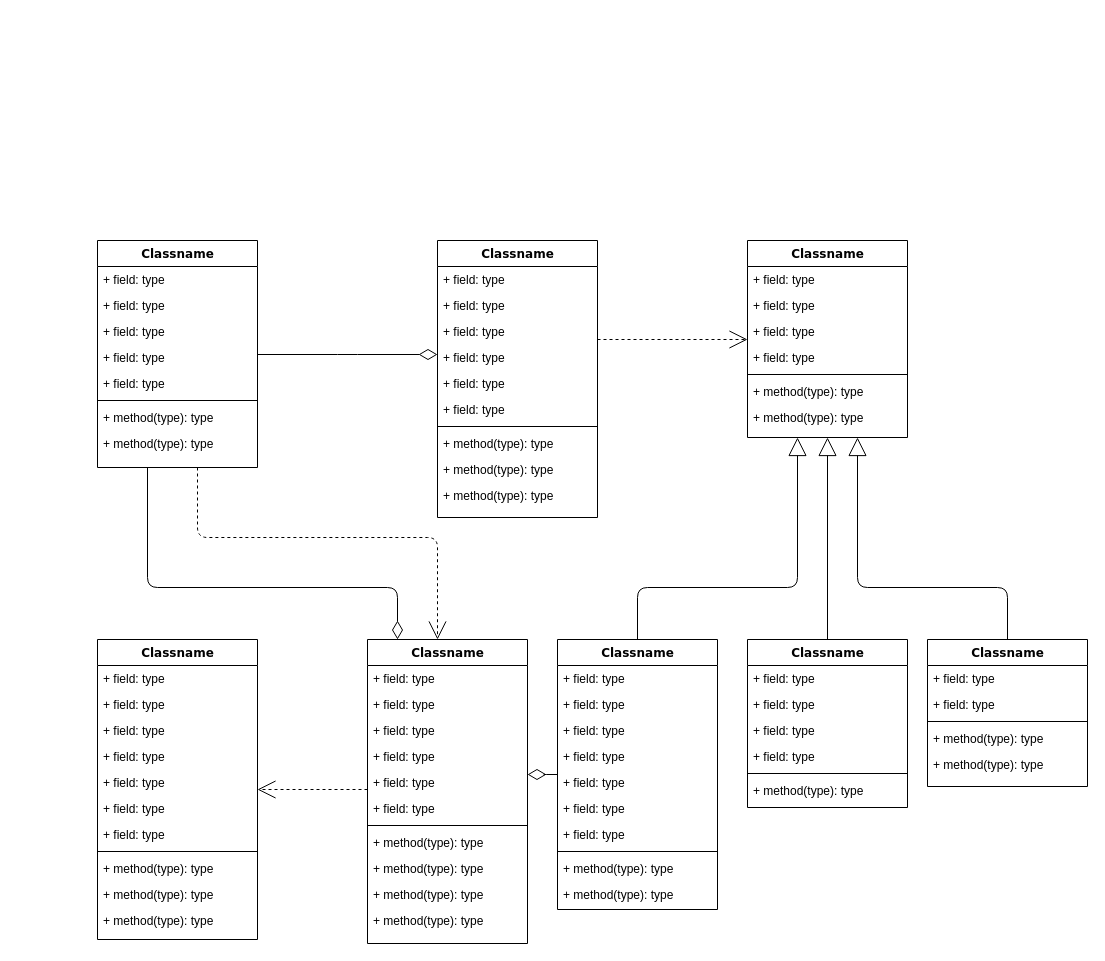
Earlier version of the draw.io diagram 前端学习笔记/未命名绘图.drawio (yesisee/.net-). Source tidied: cells renumbered, new cells numbered last; positions are measured from the earlier drawing's top-left corner, leaving out a move shared by most shapes. Both pictures are drawn from the tidied source at 100%, with x=0, y=0 at pixel (97, 240). Pictures stored in the file or linked from it are replaced by grey dashed boxes.
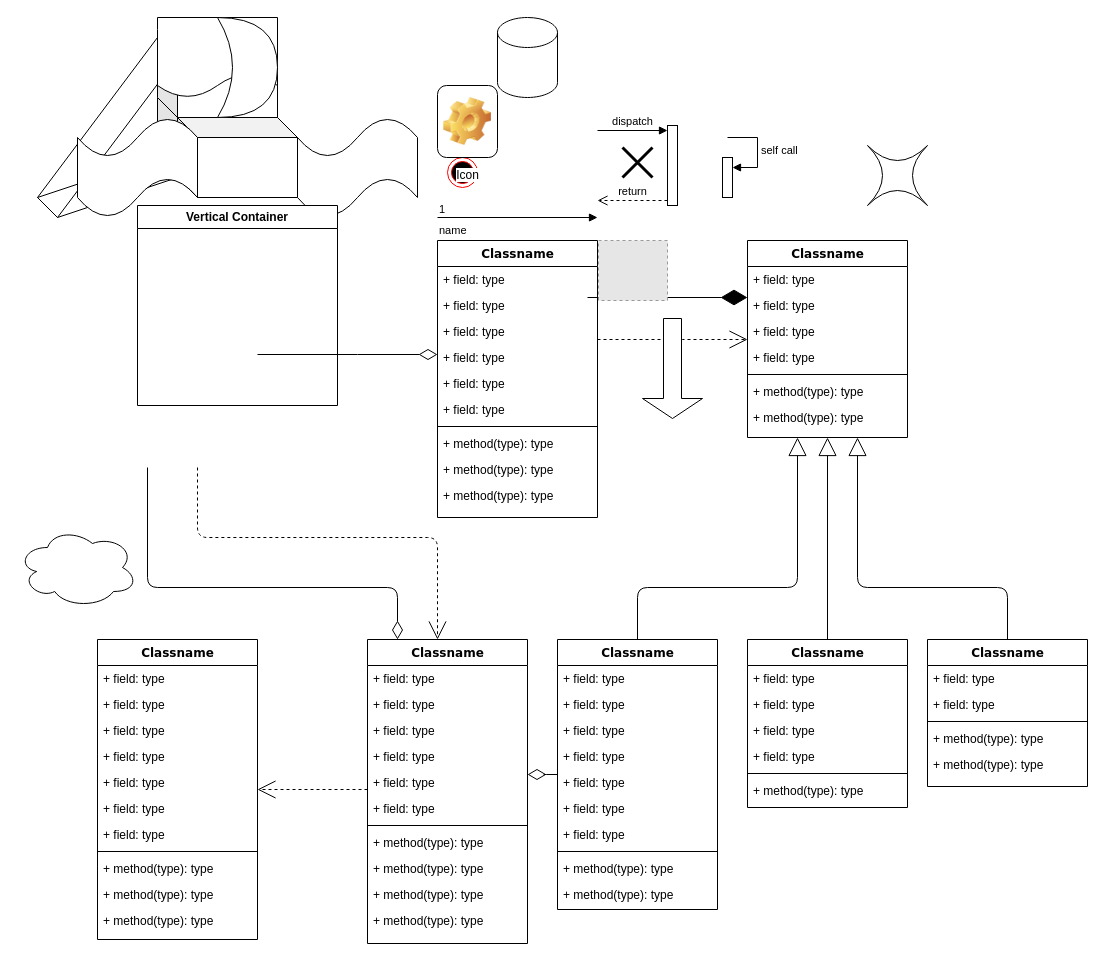
Above is the later version.

Commit message (it also covers changes not shown here):
更新未命名绘图.drawio

The change refers to these unchanged cells:
```xml
<mxCell id="14" value="Classname" style="swimlane;html=1;fontStyle=1;align=center;verticalAlign=top;horizontal=1;startSize=26;swimlaneFillColor=#ffffff;rounded=0;shadow=0;comic=0;labelBackgroundColor=none;strokeWidth=1;fillColor=none;fontFamily=Verdana;fontSize=12;" parent="1" vertex="1">
  <mxGeometry x="340" width="160" height="277" as="geometry" />
</mxCell>
<mxCell id="47" value="Classname" style="swimlane;html=1;fontStyle=1;align=center;verticalAlign=top;horizontal=1;startSize=26;swimlaneFillColor=#ffffff;rounded=0;shadow=0;comic=0;labelBackgroundColor=none;strokeWidth=1;fillColor=none;fontFamily=Verdana;fontSize=12;" parent="1" vertex="1">
  <mxGeometry x="270" y="399" width="160" height="304" as="geometry" />
</mxCell>
```

The edit, as a diff of the source:
```diff
@@
-    <mxCell id="2" style="edgeStyle=orthogonalEdgeStyle;html=1;labelBackgroundColor=none;startFill=0;startSize=8;endArrow=open;endFill=0;endSize=16;fontFamily=Verdana;fontSize=12;dashed=1;" parent="1" edge="1" source="4" target="47">
+    <mxCell id="2" style="edgeStyle=orthogonalEdgeStyle;html=1;labelBackgroundColor=none;startFill=0;startSize=8;endArrow=open;endFill=0;endSize=16;fontFamily=Verdana;fontSize=12;dashed=1;" parent="1" edge="1" target="47">
       <mxGeometry relative="1" as="geometry">
+        <mxPoint x="100" y="227" as="sourcePoint" />
         <Array as="points">
           <mxPoint x="100" y="297" />
           <mxPoint x="340" y="297" />
         </Array>
       </mxGeometry>
     </mxCell>
-    <mxCell id="3" style="edgeStyle=orthogonalEdgeStyle;html=1;labelBackgroundColor=none;startFill=0;startSize=8;endArrow=diamondThin;endFill=0;endSize=16;fontFamily=Verdana;fontSize=12;" parent="1" edge="1" source="4" target="47">
+    <mxCell id="3" style="edgeStyle=orthogonalEdgeStyle;html=1;labelBackgroundColor=none;startFill=0;startSize=8;endArrow=diamondThin;endFill=0;endSize=16;fontFamily=Verdana;fontSize=12;" parent="1" edge="1" target="47">
       <mxGeometry relative="1" as="geometry">
+        <mxPoint x="50" y="227" as="sourcePoint" />
         <Array as="points">
           <mxPoint x="50" y="347" />
           <mxPoint x="300" y="347" />
         </Array>
       </mxGeometry>
     </mxCell>
-    <mxCell id="4" value="Classname" style="swimlane;html=1;fontStyle=1;align=center;verticalAlign=top;horizontal=1;startSize=26;swimlaneFillColor=#ffffff;rounded=0;shadow=0;comic=0;labelBackgroundColor=none;strokeWidth=1;fillColor=none;fontFamily=Verdana;fontSize=12;" parent="1" vertex="1">
-      <mxGeometry width="160" height="227" as="geometry" />
-    </mxCell>
-    <mxCell id="5" value="+ field: type" style="text;html=1;strokeColor=none;fillColor=none;align=left;verticalAlign=top;spacingLeft=4;spacingRight=4;whiteSpace=wrap;overflow=hidden;" parent="4" vertex="1">
-      <mxGeometry y="26" width="160" height="26" as="geometry" />
-    </mxCell>
-    <mxCell id="6" value="+ field: type" style="text;html=1;strokeColor=none;fillColor=none;align=left;verticalAlign=top;spacingLeft=4;spacingRight=4;whiteSpace=wrap;overflow=hidden;" parent="4" vertex="1">
-      <mxGeometry y="52" width="160" height="26" as="geometry" />
-    </mxCell>
-    <mxCell id="7" value="+ field: type" style="text;html=1;strokeColor=none;fillColor=none;align=left;verticalAlign=top;spacingLeft=4;spacingRight=4;whiteSpace=wrap;overflow=hidden;" parent="4" vertex="1">
-      <mxGeometry y="78" width="160" height="26" as="geometry" />
-    </mxCell>
-    <mxCell id="8" value="+ field: type" style="text;html=1;strokeColor=none;fillColor=none;align=left;verticalAlign=top;spacingLeft=4;spacingRight=4;whiteSpace=wrap;overflow=hidden;" parent="4" vertex="1">
-      <mxGeometry y="104" width="160" height="26" as="geometry" />
-    </mxCell>
-    <mxCell id="9" value="+ field: type" style="text;html=1;strokeColor=none;fillColor=none;align=left;verticalAlign=top;spacingLeft=4;spacingRight=4;whiteSpace=wrap;overflow=hidden;" parent="4" vertex="1">
-      <mxGeometry y="130" width="160" height="26" as="geometry" />
-    </mxCell>
-    <mxCell id="10" style="line;html=1;strokeWidth=1;fillColor=none;align=left;verticalAlign=middle;spacingTop=-1;spacingLeft=3;spacingRight=3;labelPosition=right;" parent="4" vertex="1">
-      <mxGeometry y="156" width="160" height="8" as="geometry" />
-    </mxCell>
-    <mxCell id="11" value="+ method(type): type" style="text;html=1;strokeColor=none;fillColor=none;align=left;verticalAlign=top;spacingLeft=4;spacingRight=4;whiteSpace=wrap;overflow=hidden;" parent="4" vertex="1">
-      <mxGeometry y="164" width="160" height="26" as="geometry" />
-    </mxCell>
-    <mxCell id="12" value="+ method(type): type" style="text;html=1;strokeColor=none;fillColor=none;align=left;verticalAlign=top;spacingLeft=4;spacingRight=4;whiteSpace=wrap;overflow=hidden;" parent="4" vertex="1">
-      <mxGeometry y="190" width="160" height="26" as="geometry" />
-    </mxCell>
@@
+    <mxCell id="87" style="endArrow=diamondThin;endFill=1;endSize=24;html=1;rounded=0;" parent="14" edge="1">
+      <mxGeometry relative="1" as="geometry">
+        <mxPoint x="150" y="57" as="sourcePoint" />
+        <mxPoint x="310" y="57" as="targetPoint" />
+      </mxGeometry>
+    </mxCell>
@@
-    <mxCell id="86" style="edgeStyle=elbowEdgeStyle;html=1;labelBackgroundColor=none;startFill=0;startSize=8;endArrow=diamondThin;endFill=0;endSize=16;fontFamily=Verdana;fontSize=12;elbow=vertical;" parent="1" edge="1" source="4" target="14">
-      <mxGeometry relative="1" as="geometry" />
+    <mxCell id="86" style="edgeStyle=elbowEdgeStyle;html=1;labelBackgroundColor=none;startFill=0;startSize=8;endArrow=diamondThin;endFill=0;endSize=16;fontFamily=Verdana;fontSize=12;elbow=vertical;" parent="1" edge="1" target="14">
+      <mxGeometry relative="1" as="geometry">
+        <mxPoint x="160" y="114" as="sourcePoint" />
+      </mxGeometry>
     </mxCell>
+    <mxCell id="88" style="ellipse;shape=cloud;whiteSpace=wrap;html=1;" parent="1" vertex="1">
+      <mxGeometry x="-80" y="287" width="120" height="80" as="geometry" />
+    </mxCell>
+    <mxCell id="89" style="shape=cube;whiteSpace=wrap;html=1;boundedLbl=1;backgroundOutline=1;darkOpacity=0.05;darkOpacity2=0.1;" parent="1" vertex="1">
+      <mxGeometry x="60" y="-143" width="120" height="80" as="geometry" />
+    </mxCell>
+    <mxCell id="90" style="shape=cylinder3;whiteSpace=wrap;html=1;boundedLbl=1;backgroundOutline=1;size=15;" parent="1" vertex="1">
+      <mxGeometry x="400" y="-223" width="60" height="80" as="geometry" />
+    </mxCell>
+    <mxCell id="91" style="shape=cube;whiteSpace=wrap;html=1;boundedLbl=1;backgroundOutline=1;darkOpacity=0.05;darkOpacity2=0.1;" parent="1" vertex="1">
+      <mxGeometry x="80" y="-123" width="120" height="80" as="geometry" />
+    </mxCell>
+    <mxCell id="92" style="shape=cube;whiteSpace=wrap;html=1;boundedLbl=1;backgroundOutline=1;darkOpacity=0.05;darkOpacity2=0.1;" parent="1" vertex="1">
+      <mxGeometry x="60" y="-203" width="120" height="80" as="geometry" />
+    </mxCell>
+    <mxCell id="93" style="endArrow=none;html=1;rounded=0;exitX=0;exitY=1;exitDx=0;exitDy=0;" parent="1" edge="1">
+      <mxGeometry relative="1" as="geometry">
+        <mxPoint x="80" y="17" as="sourcePoint" />
+        <mxPoint x="80" y="17" as="targetPoint" />
+      </mxGeometry>
+    </mxCell>
+    <mxCell id="94" style="endArrow=none;html=1;rounded=0;" parent="1" edge="1">
+      <mxGeometry relative="1" as="geometry">
+        <mxPoint x="80" y="-183" as="sourcePoint" />
+        <mxPoint x="-40" y="-23" as="targetPoint" />
+      </mxGeometry>
+    </mxCell>
+    <mxCell id="95" style="endArrow=none;html=1;rounded=0;" parent="1" edge="1">
+      <mxGeometry relative="1" as="geometry">
+        <mxPoint x="60" y="-203" as="sourcePoint" />
+        <mxPoint x="-60" y="-43" as="targetPoint" />
+      </mxGeometry>
+    </mxCell>
+    <mxCell id="96" style="endArrow=none;html=1;rounded=0;" parent="1" edge="1">
+      <mxGeometry relative="1" as="geometry">
+        <mxPoint x="-40" y="-23" as="sourcePoint" />
+        <mxPoint x="-60" y="-43" as="targetPoint" />
+      </mxGeometry>
+    </mxCell>
+    <mxCell id="97" style="endArrow=none;html=1;rounded=0;entryX=0;entryY=0;entryDx=20;entryDy=80;entryPerimeter=0;" parent="1" edge="1" target="89">
+      <mxGeometry relative="1" as="geometry">
+        <mxPoint x="-40" y="-23" as="sourcePoint" />
+      </mxGeometry>
+    </mxCell>
+    <mxCell id="98" style="endArrow=none;html=1;rounded=0;entryX=0;entryY=0;entryDx=0;entryDy=60;entryPerimeter=0;" parent="1" edge="1" target="89">
+      <mxGeometry relative="1" as="geometry">
+        <mxPoint x="-60" y="-43" as="sourcePoint" />
+      </mxGeometry>
+    </mxCell>
+    <mxCell id="99" style="shape=document;whiteSpace=wrap;html=1;boundedLbl=1;" parent="1" vertex="1">
+      <mxGeometry x="60" y="-223" width="120" height="80" as="geometry" />
+    </mxCell>
+    <mxCell id="100" style="shape=xor;whiteSpace=wrap;html=1;" parent="1" vertex="1">
+      <mxGeometry x="120" y="-223" width="60" height="100" as="geometry" />
+    </mxCell>
+    <mxCell id="101" style="shape=tape;whiteSpace=wrap;html=1;" parent="1" vertex="1">
+      <mxGeometry x="200" y="-123" width="120" height="100" as="geometry" />
+    </mxCell>
+    <mxCell id="102" style="shape=tape;whiteSpace=wrap;html=1;" parent="1" vertex="1">
+      <mxGeometry x="-20" y="-123" width="120" height="100" as="geometry" />
+    </mxCell>
+    <mxCell id="103" value="Vertical Container" style="swimlane;whiteSpace=wrap;html=1;" parent="1" vertex="1">
+      <mxGeometry x="40" y="-35" width="200" height="200" as="geometry" />
+    </mxCell>
+    <mxCell id="104" style="ellipse;html=1;shape=endState;fillColor=#000000;strokeColor=#ff0000;" parent="1" vertex="1">
+      <mxGeometry x="350" y="-83" width="30" height="30" as="geometry" />
+    </mxCell>
+    <mxCell id="105" style="html=1;points=[[0,0,0,0,5],[0,1,0,0,-5],[1,0,0,0,5],[1,1,0,0,-5]];perimeter=orthogonalPerimeter;outlineConnect=0;targetShapes=umlLifeline;portConstraint=eastwest;newEdgeStyle={&quot;curved&quot;:0,&quot;rounded&quot;:0};" parent="1" vertex="1">
+      <mxGeometry x="570" y="-115" width="10" height="80" as="geometry" />
+    </mxCell>
+    <mxCell id="106" value="dispatch" style="html=1;verticalAlign=bottom;endArrow=block;curved=0;rounded=0;entryX=0;entryY=0;entryDx=0;entryDy=5;" parent="1" edge="1" target="105">
+      <mxGeometry relative="1" as="geometry">
+        <mxPoint x="500" y="-110" as="sourcePoint" />
+      </mxGeometry>
+    </mxCell>
+    <mxCell id="107" value="return" style="html=1;verticalAlign=bottom;endArrow=open;dashed=1;endSize=8;curved=0;rounded=0;exitX=0;exitY=1;exitDx=0;exitDy=-5;" parent="1" edge="1" source="105">
+      <mxGeometry relative="1" as="geometry">
+        <mxPoint x="500" y="-40" as="targetPoint" />
+      </mxGeometry>
+    </mxCell>
+    <mxCell id="108" style="html=1;points=[[0,0,0,0,5],[0,1,0,0,-5],[1,0,0,0,5],[1,1,0,0,-5]];perimeter=orthogonalPerimeter;outlineConnect=0;targetShapes=umlLifeline;portConstraint=eastwest;newEdgeStyle={&quot;curved&quot;:0,&quot;rounded&quot;:0};" parent="1" vertex="1">
+      <mxGeometry x="625" y="-83" width="10" height="40" as="geometry" />
+    </mxCell>
+    <mxCell id="109" value="self call" style="html=1;align=left;spacingLeft=2;endArrow=block;rounded=0;edgeStyle=orthogonalEdgeStyle;curved=0;rounded=0;" parent="1" edge="1" target="108">
+      <mxGeometry relative="1" as="geometry">
+        <mxPoint x="630" y="-103" as="sourcePoint" />
+        <Array as="points">
+          <mxPoint x="660" y="-73" />
+        </Array>
+      </mxGeometry>
+    </mxCell>
+    <mxCell id="110" style="shape=umlDestroy;whiteSpace=wrap;html=1;strokeWidth=3;targetShapes=umlLifeline;" parent="1" vertex="1">
+      <mxGeometry x="525" y="-93" width="30" height="30" as="geometry" />
+    </mxCell>
+    <mxCell id="111" value="name" style="endArrow=block;endFill=1;html=1;edgeStyle=orthogonalEdgeStyle;align=left;verticalAlign=top;rounded=0;" parent="1" edge="1">
+      <mxGeometry x="-1" relative="1" as="geometry">
+        <mxPoint x="340" y="-23" as="sourcePoint" />
+        <mxPoint x="500" y="-23" as="targetPoint" />
+      </mxGeometry>
+    </mxCell>
+    <mxCell id="112" value="1" style="edgeLabel;html=1;align=left;verticalAlign=bottom;" parent="111" vertex="1">
+      <mxGeometry x="-1" relative="1" as="geometry" />
+    </mxCell>
+    <mxCell id="113" style="shape=switch;whiteSpace=wrap;html=1;" parent="1" vertex="1">
+      <mxGeometry x="770" y="-95" width="60" height="60" as="geometry" />
+    </mxCell>
+    <mxCell id="114" style="shape=singleArrow;direction=south;whiteSpace=wrap;html=1;" parent="1" vertex="1">
+      <mxGeometry x="545" y="78" width="60" height="100" as="geometry" />
+    </mxCell>
+    <mxCell id="115" style="fillColor=#E6E6E6;strokeColor=#999999;dashed=1;html=1;verticalLabelPosition=bottom;verticalAlign=top;" parent="1" vertex="1">
+      <mxGeometry x="501" width="69" height="60" as="geometry" />
+    </mxCell>
+    <mxCell id="116" value="Icon" style="icon;html=1;image=img/clipart/Gear_128x128.png;" parent="1" vertex="1">
+      <mxGeometry x="340" y="-155" width="60" height="72" as="geometry" />
+    </mxCell>
```
